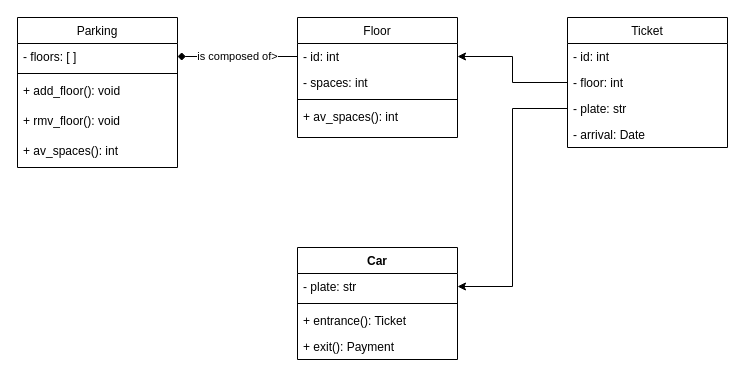
This is ParkEase.drawio from toruke/2tm1_ParkEase, a draw.io file, before an edit. Source tidied: cells renumbered, new cells numbered last; positions are measured from the earlier drawing's top-left corner, leaving out a move shared by most shapes. Both pictures are drawn from the tidied source at 100%, with x=0, y=0 at pixel (17, 17).
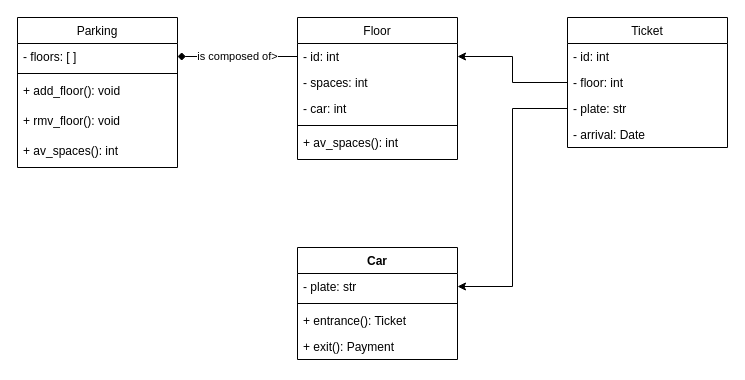
Above is the later version.

Commit message:
ajout attribut car à la class Floor

What changed in the source:
```diff
@@
     <mxCell id="8" value="Floor" style="swimlane;fontStyle=0;align=center;verticalAlign=top;horizontal=1;startSize=26;rounded=0;shadow=0;strokeWidth=1;" parent="1" vertex="1">
-      <mxGeometry x="280" width="160" height="120" as="geometry" />
+      <mxGeometry x="280" width="160" height="142" as="geometry" />
     </mxCell>
@@
+    <mxCell id="26" value="- car: int" style="text;align=left;verticalAlign=top;spacingLeft=4;spacingRight=4;overflow=hidden;" parent="8" vertex="1">
+      <mxGeometry y="78" width="160" height="26" as="geometry" />
+    </mxCell>
     <mxCell id="11" style="line;html=1;strokeWidth=1;align=left;verticalAlign=middle;spacingTop=-1;spacingLeft=3;spacingRight=3;labelPosition=right;" parent="8" vertex="1">
-      <mxGeometry y="78" width="160" height="8" as="geometry" />
+      <mxGeometry y="104" width="160" height="8" as="geometry" />
     </mxCell>
     <mxCell id="12" value="+ av_spaces(): int" style="text;align=left;verticalAlign=top;spacingLeft=4;spacingRight=4;overflow=hidden;" parent="8" vertex="1">
-      <mxGeometry y="86" width="160" height="30" as="geometry" />
+      <mxGeometry y="112" width="160" height="30" as="geometry" />
     </mxCell>
```
